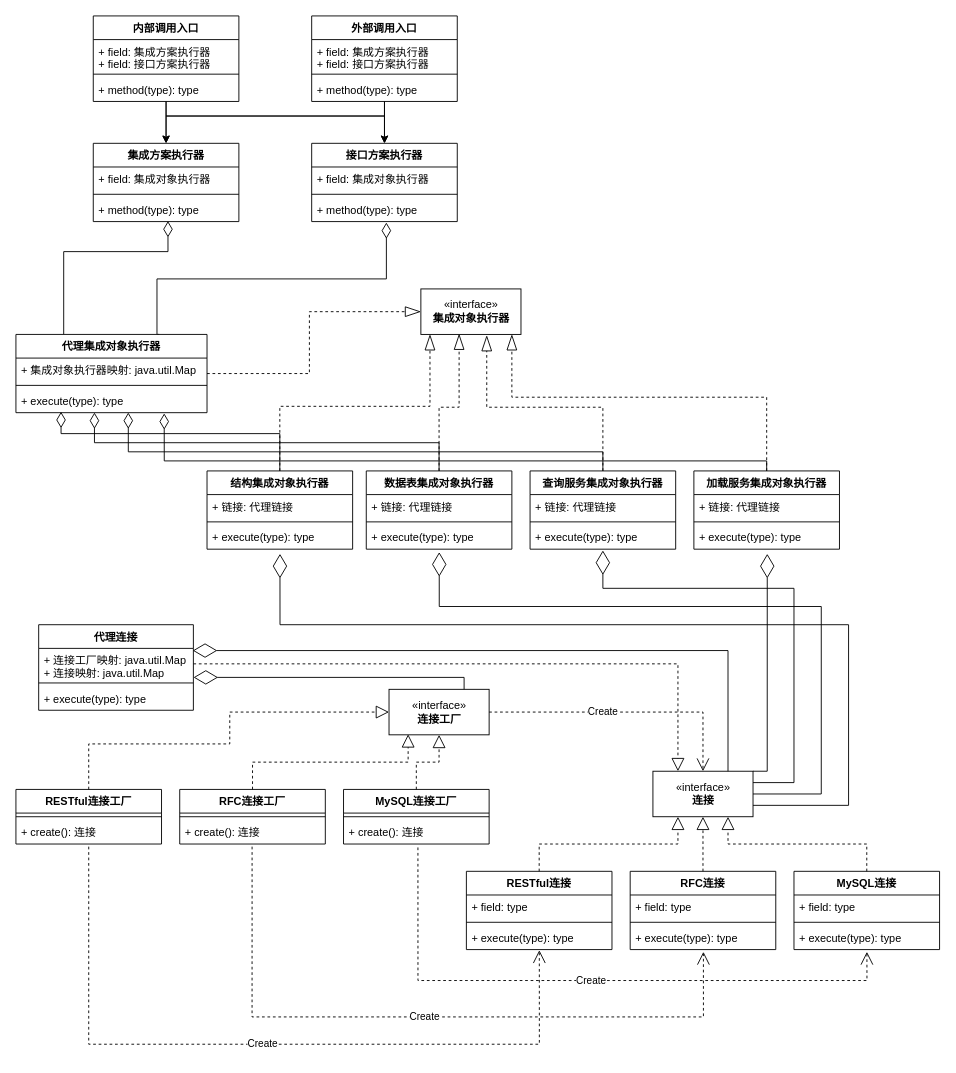
Above: Integration.drawio in Pyr0man1ac/draw.io (draw.io), before the change. Source tidied: cells renumbered, new cells numbered last; positions are measured from the earlier drawing's top-left corner, leaving out a move shared by most shapes. Both pictures are drawn from the tidied source at 91%, with x=0, y=0 at pixel (15, 15).
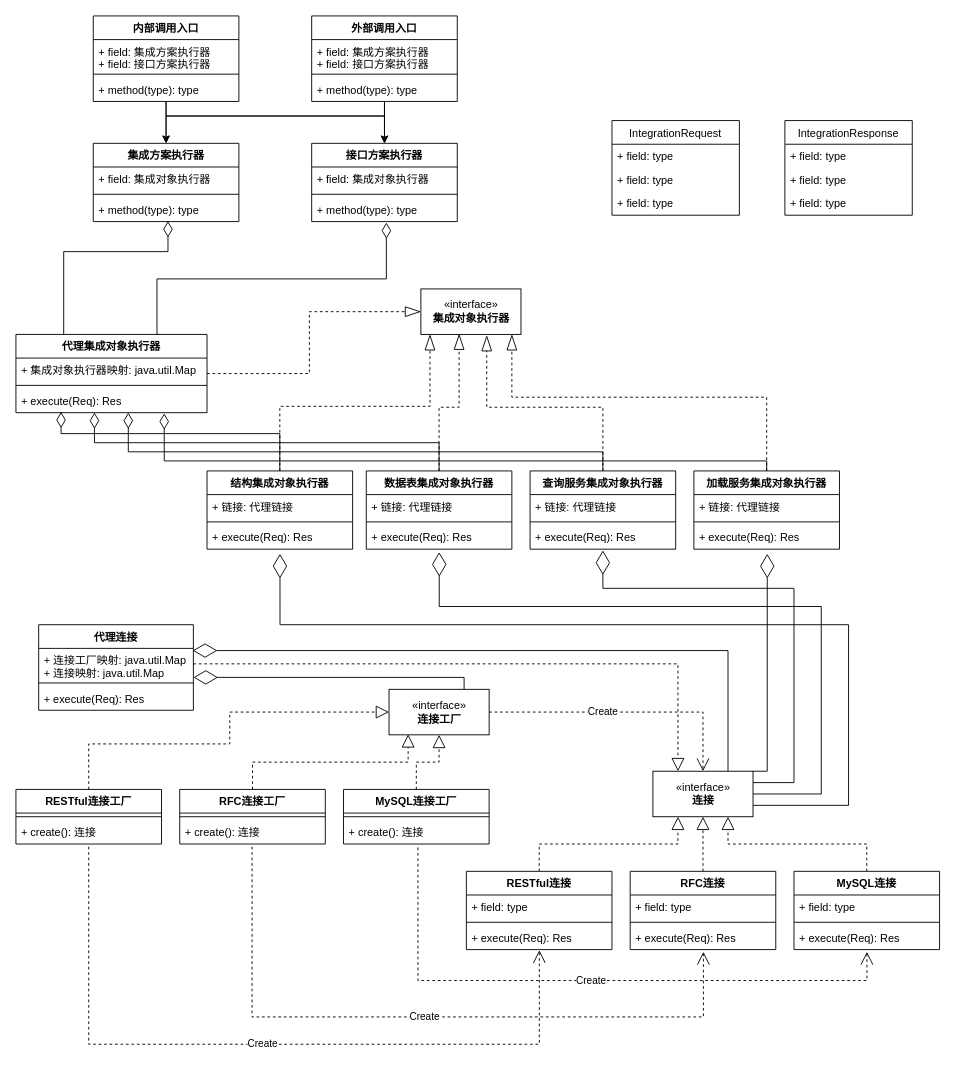
After the change.

Unchanged cells that the change refers to:
```xml
<mxCell id="25" value="代理集成对象执行器" style="swimlane;fontStyle=1;align=center;verticalAlign=top;horizontal=1;startSize=26;glass=0;gradientColor=none;swimlaneFillColor=none;" parent="1" vertex="1">
  <mxGeometry y="350" width="210" height="86" as="geometry" />
</mxCell>
<mxCell id="32" value="结构集成对象执行器" style="swimlane;fontStyle=1;align=center;verticalAlign=top;horizontal=1;startSize=26;" parent="1" vertex="1">
  <mxGeometry x="210" y="500" width="160" height="86" as="geometry" />
</mxCell>
<mxCell id="38" value="数据表集成对象执行器" style="swimlane;fontStyle=1;align=center;verticalAlign=top;horizontal=1;startSize=26;" parent="1" vertex="1">
  <mxGeometry x="385" y="500" width="160" height="86" as="geometry" />
</mxCell>
<mxCell id="44" value="查询服务集成对象执行器" style="swimlane;fontStyle=1;align=center;verticalAlign=top;horizontal=1;startSize=26;" parent="1" vertex="1">
  <mxGeometry x="565" y="500" width="160" height="86" as="geometry" />
</mxCell>
<mxCell id="50" value="加载服务集成对象执行器" style="swimlane;fontStyle=1;align=center;verticalAlign=top;horizontal=1;startSize=26;" parent="1" vertex="1">
  <mxGeometry x="745" y="500" width="160" height="86" as="geometry" />
</mxCell>
<mxCell id="66" value="RESTful连接" style="swimlane;fontStyle=1;align=center;verticalAlign=top;horizontal=1;startSize=26;" parent="1" vertex="1">
  <mxGeometry x="495" y="940" width="160" height="86" as="geometry" />
</mxCell>
<mxCell id="70" value="RFC连接" style="swimlane;fontStyle=1;align=center;verticalAlign=top;horizontal=1;startSize=26;" parent="1" vertex="1">
  <mxGeometry x="675" y="940" width="160" height="86" as="geometry" />
</mxCell>
<mxCell id="74" value="MySQL连接" style="swimlane;fontStyle=1;align=center;verticalAlign=top;horizontal=1;startSize=26;" parent="1" vertex="1">
  <mxGeometry x="855" y="940" width="160" height="86" as="geometry" />
</mxCell>
<mxCell id="87" value="代理连接" style="swimlane;fontStyle=1;align=center;verticalAlign=top;horizontal=1;startSize=26;" parent="1" vertex="1">
  <mxGeometry x="25" y="669" width="170" height="94" as="geometry" />
</mxCell>
```

What changed in the source:
```diff
@@
-    <mxCell id="28" value="+ execute(type): type" style="text;strokeColor=none;fillColor=none;align=left;verticalAlign=top;spacingLeft=4;spacingRight=4;overflow=hidden;points=[[0,0.5],[1,0.5]];portConstraint=eastwest;" parent="25" vertex="1">
+    <mxCell id="28" value="+ execute(Req): Res" style="text;strokeColor=none;fillColor=none;align=left;verticalAlign=top;spacingLeft=4;spacingRight=4;overflow=hidden;points=[[0,0.5],[1,0.5]];portConstraint=eastwest;" parent="25" vertex="1">
       <mxGeometry y="60" width="210" height="26" as="geometry" />
     </mxCell>
@@
-    <mxCell id="35" value="+ execute(type): type" style="text;strokeColor=none;fillColor=none;align=left;verticalAlign=top;spacingLeft=4;spacingRight=4;overflow=hidden;points=[[0,0.5],[1,0.5]];portConstraint=eastwest;" parent="32" vertex="1">
+    <mxCell id="35" value="+ execute(Req): Res" style="text;strokeColor=none;fillColor=none;align=left;verticalAlign=top;spacingLeft=4;spacingRight=4;overflow=hidden;points=[[0,0.5],[1,0.5]];portConstraint=eastwest;" parent="32" vertex="1">
       <mxGeometry y="60" width="160" height="26" as="geometry" />
     </mxCell>
@@
-    <mxCell id="41" value="+ execute(type): type" style="text;strokeColor=none;fillColor=none;align=left;verticalAlign=top;spacingLeft=4;spacingRight=4;overflow=hidden;points=[[0,0.5],[1,0.5]];portConstraint=eastwest;" parent="38" vertex="1">
+    <mxCell id="41" value="+ execute(Req): Res" style="text;strokeColor=none;fillColor=none;align=left;verticalAlign=top;spacingLeft=4;spacingRight=4;overflow=hidden;points=[[0,0.5],[1,0.5]];portConstraint=eastwest;" parent="38" vertex="1">
       <mxGeometry y="60" width="160" height="26" as="geometry" />
     </mxCell>
@@
-    <mxCell id="47" value="+ execute(type): type" style="text;strokeColor=none;fillColor=none;align=left;verticalAlign=top;spacingLeft=4;spacingRight=4;overflow=hidden;points=[[0,0.5],[1,0.5]];portConstraint=eastwest;" parent="44" vertex="1">
+    <mxCell id="47" value="+ execute(Req): Res" style="text;strokeColor=none;fillColor=none;align=left;verticalAlign=top;spacingLeft=4;spacingRight=4;overflow=hidden;points=[[0,0.5],[1,0.5]];portConstraint=eastwest;" parent="44" vertex="1">
       <mxGeometry y="60" width="160" height="26" as="geometry" />
     </mxCell>
@@
-    <mxCell id="53" value="+ execute(type): type" style="text;strokeColor=none;fillColor=none;align=left;verticalAlign=top;spacingLeft=4;spacingRight=4;overflow=hidden;points=[[0,0.5],[1,0.5]];portConstraint=eastwest;" parent="50" vertex="1">
+    <mxCell id="53" value="+ execute(Req): Res" style="text;strokeColor=none;fillColor=none;align=left;verticalAlign=top;spacingLeft=4;spacingRight=4;overflow=hidden;points=[[0,0.5],[1,0.5]];portConstraint=eastwest;" parent="50" vertex="1">
       <mxGeometry y="60" width="160" height="26" as="geometry" />
     </mxCell>
@@
-    <mxCell id="69" value="+ execute(type): type" style="text;strokeColor=none;fillColor=none;align=left;verticalAlign=top;spacingLeft=4;spacingRight=4;overflow=hidden;points=[[0,0.5],[1,0.5]];portConstraint=eastwest;" parent="66" vertex="1">
+    <mxCell id="69" value="+ execute(Req): Res" style="text;strokeColor=none;fillColor=none;align=left;verticalAlign=top;spacingLeft=4;spacingRight=4;overflow=hidden;points=[[0,0.5],[1,0.5]];portConstraint=eastwest;" parent="66" vertex="1">
       <mxGeometry y="60" width="160" height="26" as="geometry" />
     </mxCell>
@@
-    <mxCell id="73" value="+ execute(type): type" style="text;strokeColor=none;fillColor=none;align=left;verticalAlign=top;spacingLeft=4;spacingRight=4;overflow=hidden;points=[[0,0.5],[1,0.5]];portConstraint=eastwest;" parent="70" vertex="1">
+    <mxCell id="73" value="+ execute(Req): Res" style="text;strokeColor=none;fillColor=none;align=left;verticalAlign=top;spacingLeft=4;spacingRight=4;overflow=hidden;points=[[0,0.5],[1,0.5]];portConstraint=eastwest;" parent="70" vertex="1">
       <mxGeometry y="60" width="160" height="26" as="geometry" />
     </mxCell>
@@
-    <mxCell id="77" value="+ execute(type): type" style="text;strokeColor=none;fillColor=none;align=left;verticalAlign=top;spacingLeft=4;spacingRight=4;overflow=hidden;points=[[0,0.5],[1,0.5]];portConstraint=eastwest;" parent="74" vertex="1">
+    <mxCell id="77" value="+ execute(Req): Res" style="text;strokeColor=none;fillColor=none;align=left;verticalAlign=top;spacingLeft=4;spacingRight=4;overflow=hidden;points=[[0,0.5],[1,0.5]];portConstraint=eastwest;" parent="74" vertex="1">
       <mxGeometry y="60" width="160" height="26" as="geometry" />
     </mxCell>
@@
-    <mxCell id="90" value="+ execute(type): type" style="text;strokeColor=none;fillColor=none;align=left;verticalAlign=top;spacingLeft=4;spacingRight=4;overflow=hidden;" parent="87" vertex="1">
+    <mxCell id="90" value="+ execute(Req): Res" style="text;strokeColor=none;fillColor=none;align=left;verticalAlign=top;spacingLeft=4;spacingRight=4;overflow=hidden;" parent="87" vertex="1">
       <mxGeometry y="68" width="170" height="26" as="geometry" />
     </mxCell>
@@
+    <mxCell id="98" value="IntegrationRequest" style="swimlane;fontStyle=0;horizontal=1;startSize=26;fillColor=none;glass=0;" parent="1" vertex="1">
+      <mxGeometry x="655" y="115" width="140" height="104" as="geometry" />
+    </mxCell>
+    <mxCell id="99" value="+ field: type" style="text;strokeColor=none;fillColor=none;align=left;verticalAlign=top;spacingLeft=4;spacingRight=4;overflow=hidden;glass=0;" parent="98" vertex="1">
+      <mxGeometry y="26" width="140" height="26" as="geometry" />
+    </mxCell>
+    <mxCell id="100" value="+ field: type" style="text;strokeColor=none;fillColor=none;align=left;verticalAlign=top;spacingLeft=4;spacingRight=4;overflow=hidden;glass=0;" parent="98" vertex="1">
+      <mxGeometry y="52" width="140" height="26" as="geometry" />
+    </mxCell>
+    <mxCell id="101" value="+ field: type" style="text;strokeColor=none;fillColor=none;align=left;verticalAlign=top;spacingLeft=4;spacingRight=4;overflow=hidden;glass=0;" parent="98" vertex="1">
+      <mxGeometry y="78" width="140" height="26" as="geometry" />
+    </mxCell>
+    <mxCell id="102" value="IntegrationResponse" style="swimlane;fontStyle=0;horizontal=1;startSize=26;fillColor=none;glass=0;" parent="1" vertex="1">
+      <mxGeometry x="845" y="115" width="140" height="104" as="geometry" />
+    </mxCell>
+    <mxCell id="103" value="+ field: type" style="text;strokeColor=none;fillColor=none;align=left;verticalAlign=top;spacingLeft=4;spacingRight=4;overflow=hidden;glass=0;" parent="102" vertex="1">
+      <mxGeometry y="26" width="140" height="26" as="geometry" />
+    </mxCell>
+    <mxCell id="104" value="+ field: type" style="text;strokeColor=none;fillColor=none;align=left;verticalAlign=top;spacingLeft=4;spacingRight=4;overflow=hidden;glass=0;" parent="102" vertex="1">
+      <mxGeometry y="52" width="140" height="26" as="geometry" />
+    </mxCell>
+    <mxCell id="105" value="+ field: type" style="text;strokeColor=none;fillColor=none;align=left;verticalAlign=top;spacingLeft=4;spacingRight=4;overflow=hidden;glass=0;" parent="102" vertex="1">
+      <mxGeometry y="78" width="140" height="26" as="geometry" />
+    </mxCell>
```
